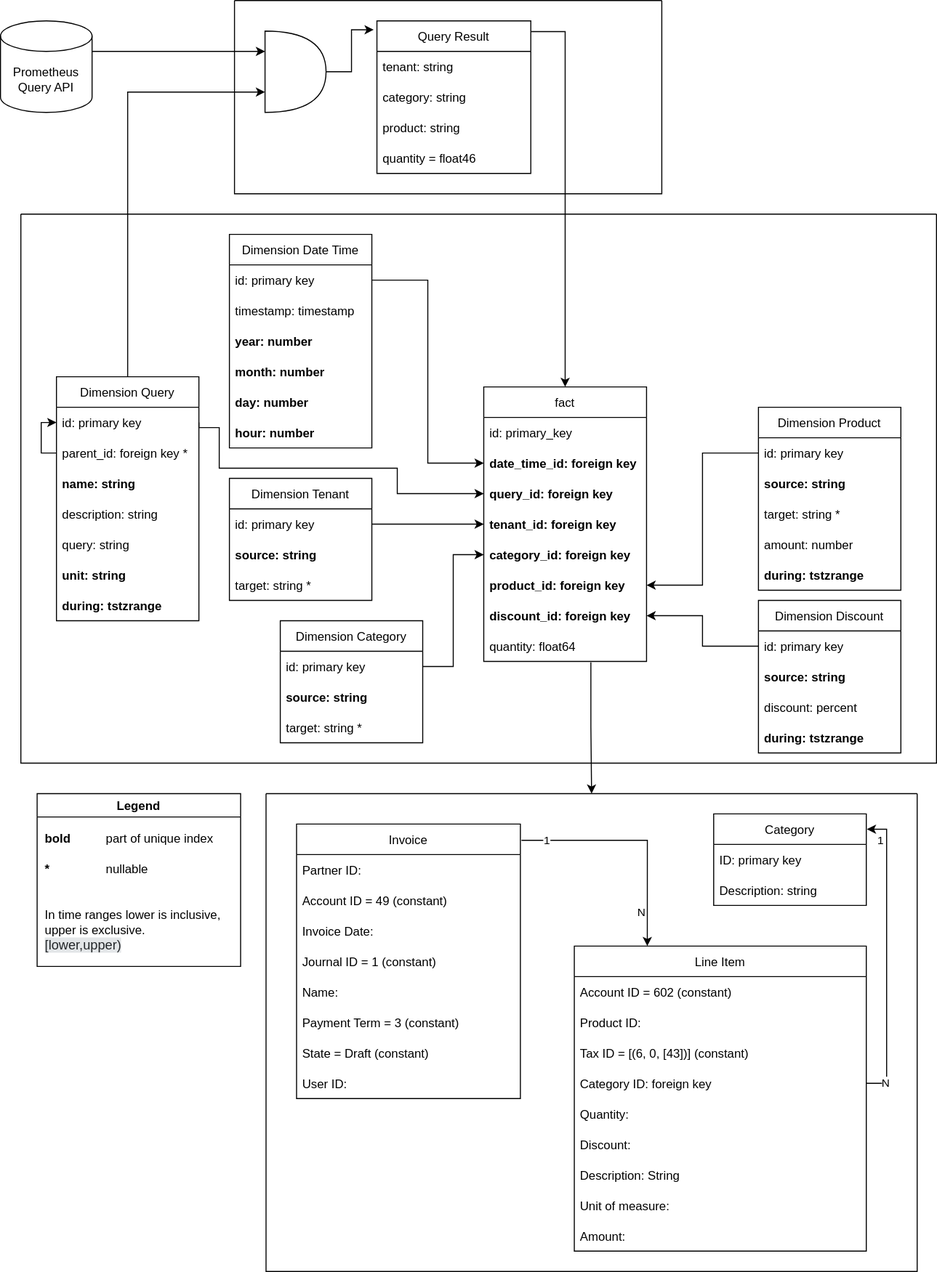
Before: docs/modules/ROOT/assets/images/system/data-model-billing.drawio.svg, a diagram exported from draw.io (appuio/appuio-io-docs). Source tidied: cells renumbered, new cells last; positions are measured from the earlier drawing's top-left corner, leaving out a move shared by most shapes.
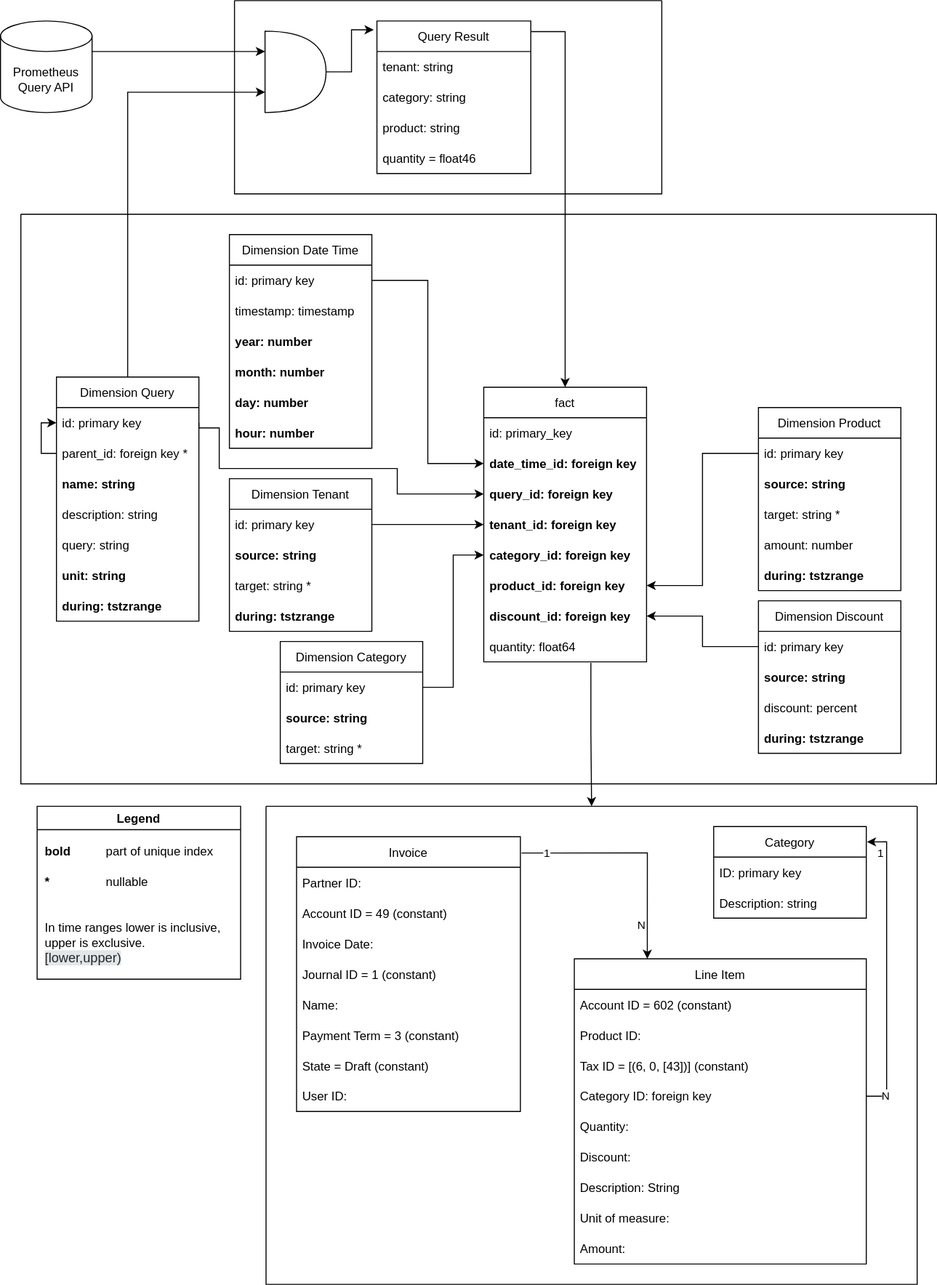
The same diagram one commit later.

Commit message:
Add time-based tenant link

Diff of the diagram source:
```diff
@@ -15,7 +15,7 @@
       <mxGeometry relative="1" as="geometry" />
     </mxCell>
     <mxCell id="6" style="swimlane;startSize=0;" parent="1" vertex="1">
-      <mxGeometry x="261" y="780" width="640" height="470" as="geometry" />
+      <mxGeometry x="261" y="792" width="640" height="470" as="geometry" />
     </mxCell>
     <mxCell id="7" value="Invoice" style="swimlane;fontStyle=0;horizontal=1;startSize=30;" parent="6" vertex="1">
       <mxGeometry x="30" y="30" width="220" height="270" as="geometry" />
@@ -130,7 +130,7 @@
       <mxGeometry relative="1" as="geometry" />
     </mxCell>
     <mxCell id="43" style="swimlane;startSize=0;" parent="1" vertex="1">
-      <mxGeometry x="20" y="210" width="900" height="540" as="geometry" />
+      <mxGeometry x="20" y="210" width="900" height="560" as="geometry" />
     </mxCell>
     <mxCell id="44" value="fact" style="swimlane;fontStyle=0;horizontal=1;startSize=30;" parent="43" vertex="1">
       <mxGeometry x="455" y="170" width="160" height="270" as="geometry" />
@@ -160,7 +160,7 @@
       <mxGeometry y="240" width="160" height="30" as="geometry" />
     </mxCell>
     <mxCell id="53" value="Dimension Tenant" style="swimlane;fontStyle=0;horizontal=1;startSize=30;" parent="43" vertex="1">
-      <mxGeometry x="205" y="260" width="140" height="120" as="geometry" />
+      <mxGeometry x="205" y="260" width="140" height="150" as="geometry" />
     </mxCell>
     <mxCell id="54" value="id: primary key" style="text;strokeColor=none;fillColor=none;align=left;verticalAlign=middle;spacingLeft=4;spacingRight=4;overflow=hidden;points=[[0,0.5],[1,0.5]];portConstraint=eastwest;" parent="53" vertex="1">
       <mxGeometry y="30" width="140" height="30" as="geometry" />
@@ -171,11 +171,14 @@
     <mxCell id="56" value="target: string *" style="text;strokeColor=none;fillColor=none;align=left;verticalAlign=middle;spacingLeft=4;spacingRight=4;overflow=hidden;" parent="53" vertex="1">
       <mxGeometry y="90" width="140" height="30" as="geometry" />
     </mxCell>
+    <mxCell id="101" value="during: tstzrange" style="text;strokeColor=none;fillColor=none;align=left;verticalAlign=middle;spacingLeft=4;spacingRight=4;overflow=hidden;fontStyle=1;horizontal=1;fontColor=#000000;" parent="53" vertex="1">
+      <mxGeometry y="120" width="140" height="30" as="geometry" />
+    </mxCell>
     <mxCell id="57" style="edgeStyle=orthogonalEdgeStyle;rounded=0;jettySize=auto;html=1;exitX=1;exitY=0.5;exitDx=0;exitDy=0;entryX=0;entryY=0.5;entryDx=0;entryDy=0;" parent="43" edge="1" source="54" target="48">
       <mxGeometry relative="1" as="geometry" />
     </mxCell>
     <mxCell id="58" value="Dimension Category" style="swimlane;fontStyle=0;horizontal=1;startSize=30;" parent="43" vertex="1">
-      <mxGeometry x="255" y="400" width="140" height="120" as="geometry" />
+      <mxGeometry x="255" y="420" width="140" height="120" as="geometry" />
     </mxCell>
     <mxCell id="59" value="id: primary key" style="text;strokeColor=none;fillColor=none;align=left;verticalAlign=middle;spacingLeft=4;spacingRight=4;overflow=hidden;points=[[0,0.5],[1,0.5]];portConstraint=eastwest;" parent="58" vertex="1">
       <mxGeometry y="30" width="140" height="30" as="geometry" />
@@ -299,7 +302,7 @@
       <mxGeometry relative="1" as="geometry" />
     </mxCell>
     <mxCell id="95" value="Legend" style="swimlane;fontColor=#000000;" parent="1" vertex="1">
-      <mxGeometry x="36" y="780" width="200" height="170" as="geometry" />
+      <mxGeometry x="36" y="792" width="200" height="170" as="geometry" />
     </mxCell>
     <mxCell id="96" value="bold" style="text;html=1;strokeColor=none;fillColor=none;align=left;verticalAlign=middle;whiteSpace=wrap;rounded=0;fontColor=#000000;fontStyle=1;spacingLeft=6;spacingBottom=6;spacingTop=6;" parent="95" vertex="1">
       <mxGeometry y="30" width="60" height="30" as="geometry" />
```
